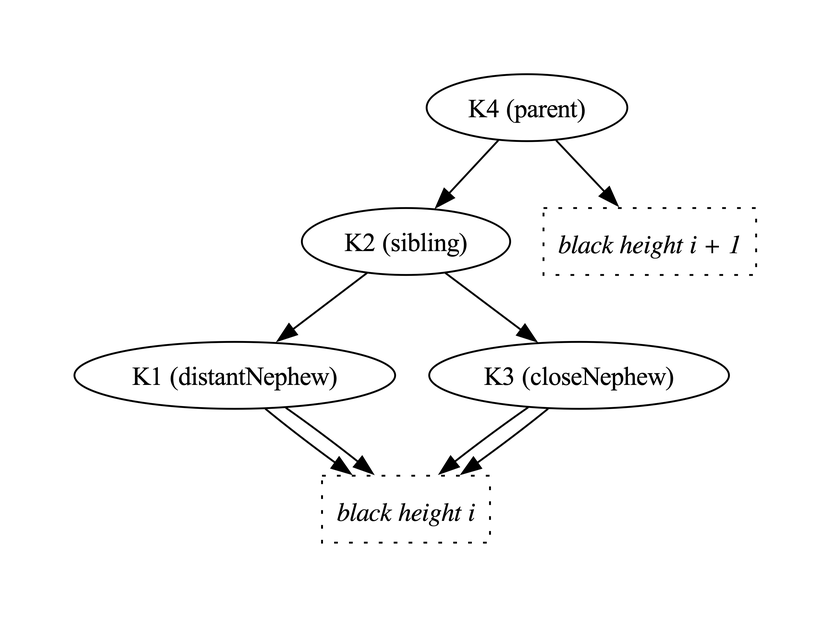
Earlier version of the Graphviz export Fw/DataStructures/docs/diagrams/removeBlackLeafNode/all-black-1.png (nasa/fprime). Its source is kept beside it as Fw/DataStructures/docs/diagrams/removeBlackLeafNode/all-black-1.dot.
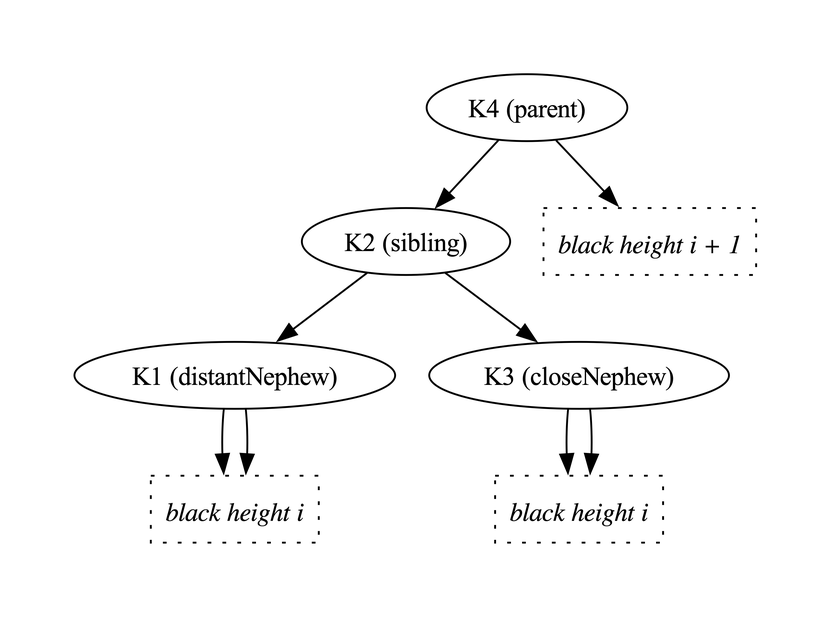
After the change.

Change to the diagram source:
```diff
@@ -1,21 +1,23 @@
 digraph {
 
   K4 -> K2
-  K4 -> BHiPlus1
+  K4 -> BH1
   K2 -> K1
   K2 -> K3
 
-  K1 -> BHi
-  K1 -> BHi
-  K3 -> BHi
-  K3 -> BHi
+  K1 -> BH2
+  K1 -> BH2
+
+  K3 -> BH3
+  K3 -> BH3
 
   K1 [label="K1 (distantNephew)"]
   K2 [label="K2 (sibling)"]
   K3 [label="K3 (closeNephew)"]
   K4 [label="K4 (parent)"]
 
-  BHi [shape="box",label="black height i",style="dotted",fontname="Italic"]
-  BHiPlus1 [shape="box",label="black height i + 1",style="dotted",fontname="Italic"]
+  BH1 [shape="box",label="black height i + 1",style="dotted",fontname="Italic"]
+  BH2 [shape="box",label="black height i",style="dotted",fontname="Italic"]
+  BH3 [shape="box",label="black height i",style="dotted",fontname="Italic"]
 
 }
```
